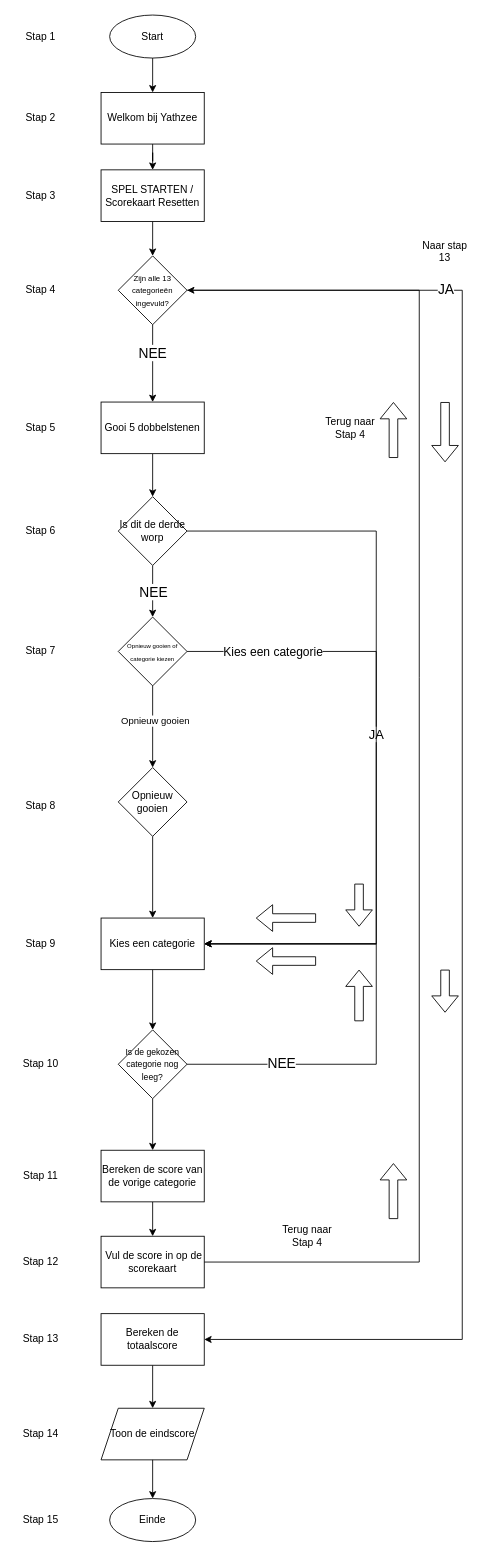
TymoVDHoogt-DVC/yahtzee keeps this draw.io diagram as Meesterproef - Yathzee.drawio. Above is the earlier version. Source tidied: cells renumbered, new cells numbered last; positions are measured from the earlier drawing's top-left corner, leaving out a move shared by most shapes. Both pictures are drawn from the tidied source at 86%, with x=0, y=0 at pixel (15, 15).
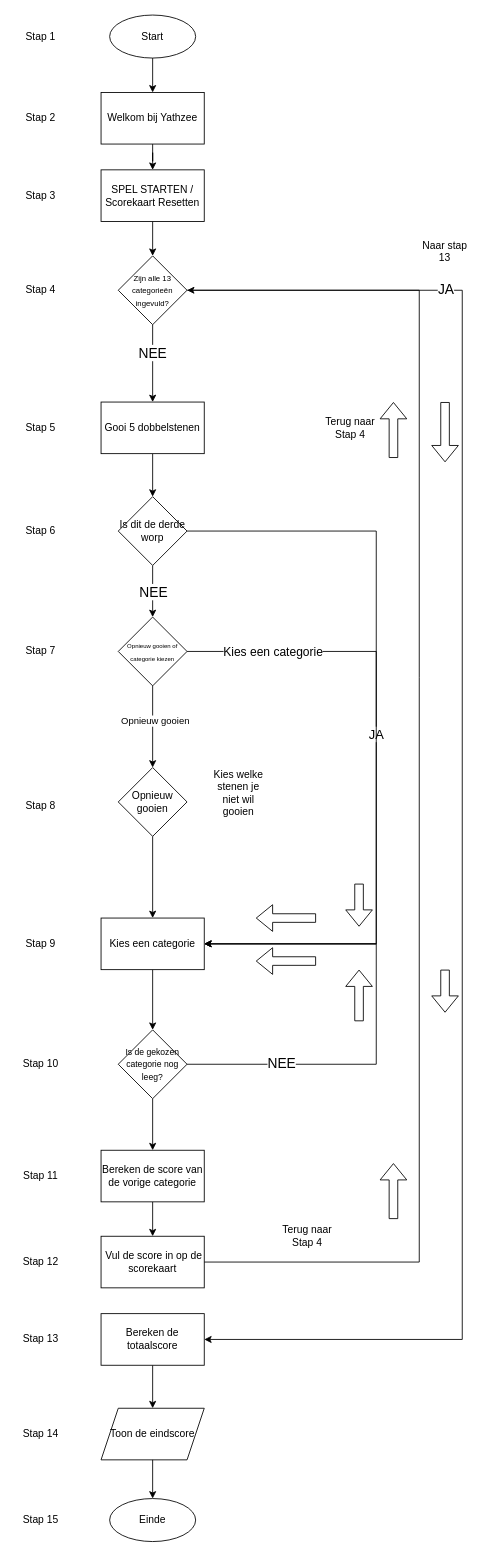
The same diagram, later.

What changed in the source:
```diff
@@
+    <mxCell id="68" value="Kies welke stenen je niet wil gooien" style="text;html=1;whiteSpace=wrap;strokeColor=none;fillColor=none;align=center;verticalAlign=middle;rounded=0;" parent="1" vertex="1">
+      <mxGeometry x="230" y="890" width="60" height="30" as="geometry" />
+    </mxCell>
```
